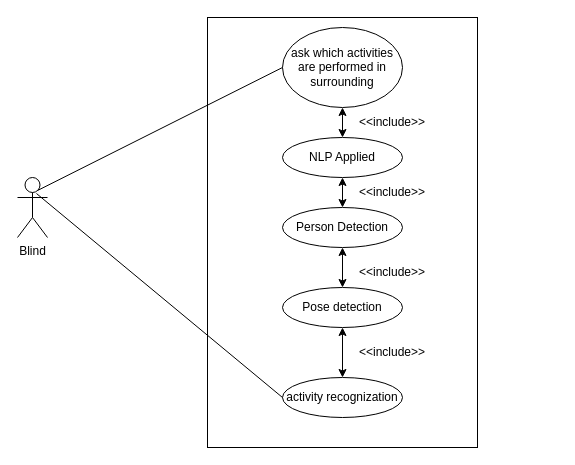
The draw.io diagram UseCase.drawio in ahmad2001hotmailyahoo/ahmad-arc, before the edit. Source tidied: cells renumbered, new cells numbered last; positions are measured from the earlier drawing's top-left corner, leaving out a move shared by most shapes. Both pictures are drawn from the tidied source at 100%, with x=0, y=0 at pixel (17, 17).
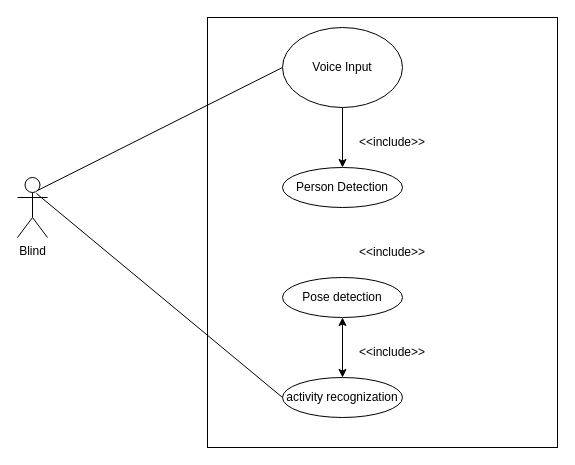
Above is the later version.

The edit, as a diff of the source:
```diff
@@
 <mxGraphModel>
   <root>
     <mxCell id="0" />
     <mxCell id="1" parent="0" />
     <mxCell id="2" value="Blind" style="shape=umlActor;verticalLabelPosition=bottom;verticalAlign=top;html=1;" parent="1" vertex="1">
       <mxGeometry y="160" width="30" height="60" as="geometry" />
     </mxCell>
     <mxCell id="3" style="rounded=0;whiteSpace=wrap;html=1;" parent="1" vertex="1">
-      <mxGeometry x="190" width="270" height="430" as="geometry" />
+      <mxGeometry x="190" width="350" height="430" as="geometry" />
     </mxCell>
-    <mxCell id="4" value="ask which activities are performed in surrounding" style="ellipse;whiteSpace=wrap;html=1;" parent="1" vertex="1">
+    <mxCell id="4" value="Voice Input&lt;br&gt;" style="ellipse;whiteSpace=wrap;html=1;" parent="1" vertex="1">
       <mxGeometry x="265" y="10" width="120" height="80" as="geometry" />
     </mxCell>
-    <mxCell id="5" value="NLP Applied" style="ellipse;whiteSpace=wrap;html=1;" parent="1" vertex="1">
-      <mxGeometry x="265" y="120" width="120" height="40" as="geometry" />
-    </mxCell>
     <mxCell id="6" value="Person Detection" style="ellipse;whiteSpace=wrap;html=1;" parent="1" vertex="1">
-      <mxGeometry x="265" y="190" width="120" height="40" as="geometry" />
+      <mxGeometry x="265" y="150" width="120" height="40" as="geometry" />
     </mxCell>
     <mxCell id="7" value="Pose detection" style="ellipse;whiteSpace=wrap;html=1;" parent="1" vertex="1">
-      <mxGeometry x="265" y="270" width="120" height="40" as="geometry" />
+      <mxGeometry x="265" y="260" width="120" height="40" as="geometry" />
     </mxCell>
     <mxCell id="8" value="activity recognization" style="ellipse;whiteSpace=wrap;html=1;" parent="1" vertex="1">
       <mxGeometry x="265" y="360" width="120" height="40" as="geometry" />
     </mxCell>
     <mxCell id="9" style="endArrow=classic;startArrow=classic;html=1;rounded=0;entryX=0.5;entryY=1;entryDx=0;entryDy=0;" parent="1" edge="1" target="7">
       <mxGeometry relative="1" as="geometry">
         <mxPoint x="325" y="360" as="sourcePoint" />
       </mxGeometry>
     </mxCell>
-    <mxCell id="10" style="endArrow=classic;startArrow=classic;html=1;rounded=0;exitX=0.5;exitY=0;exitDx=0;exitDy=0;entryX=0.5;entryY=1;entryDx=0;entryDy=0;" parent="1" edge="1" source="7" target="6">
-      <mxGeometry relative="1" as="geometry" />
-    </mxCell>
-    <mxCell id="11" style="endArrow=classic;startArrow=classic;html=1;rounded=0;entryX=0.5;entryY=1;entryDx=0;entryDy=0;exitX=0.5;exitY=0;exitDx=0;exitDy=0;" parent="1" edge="1" source="6" target="5">
-      <mxGeometry relative="1" as="geometry" />
-    </mxCell>
-    <mxCell id="12" style="endArrow=classic;startArrow=classic;html=1;rounded=0;entryX=0.5;entryY=1;entryDx=0;entryDy=0;" parent="1" edge="1" source="5" target="4">
-      <mxGeometry relative="1" as="geometry" />
-    </mxCell>
-    <mxCell id="13" value="&amp;lt;&amp;lt;include&amp;gt;&amp;gt;" style="text;html=1;strokeColor=none;fillColor=none;align=center;verticalAlign=middle;whiteSpace=wrap;rounded=0;" parent="1" vertex="1">
-      <mxGeometry x="345" y="90" width="60" height="30" as="geometry" />
-    </mxCell>
     <mxCell id="14" value="&amp;lt;&amp;lt;include&amp;gt;&amp;gt;" style="text;html=1;strokeColor=none;fillColor=none;align=center;verticalAlign=middle;whiteSpace=wrap;rounded=0;" parent="1" vertex="1">
-      <mxGeometry x="345" y="160" width="60" height="30" as="geometry" />
+      <mxGeometry x="345" y="110" width="60" height="30" as="geometry" />
     </mxCell>
     <mxCell id="15" value="&amp;lt;&amp;lt;include&amp;gt;&amp;gt;" style="text;html=1;strokeColor=none;fillColor=none;align=center;verticalAlign=middle;whiteSpace=wrap;rounded=0;" parent="1" vertex="1">
-      <mxGeometry x="345" y="240" width="60" height="30" as="geometry" />
+      <mxGeometry x="345" y="220" width="60" height="30" as="geometry" />
     </mxCell>
     <mxCell id="16" value="&amp;lt;&amp;lt;include&amp;gt;&amp;gt;" style="text;html=1;strokeColor=none;fillColor=none;align=center;verticalAlign=middle;whiteSpace=wrap;rounded=0;" parent="1" vertex="1">
       <mxGeometry x="345" y="320" width="60" height="30" as="geometry" />
     </mxCell>
     <mxCell id="17" style="endArrow=none;html=1;rounded=0;exitX=0.667;exitY=0.217;exitDx=0;exitDy=0;exitPerimeter=0;entryX=0;entryY=0.5;entryDx=0;entryDy=0;" parent="1" edge="1" source="2" target="4">
       <mxGeometry relative="1" as="geometry" />
     </mxCell>
     <mxCell id="18" style="endArrow=none;html=1;rounded=0;exitX=0.633;exitY=0.267;exitDx=0;exitDy=0;exitPerimeter=0;entryX=0;entryY=0.5;entryDx=0;entryDy=0;" parent="1" edge="1" source="2" target="8">
       <mxGeometry relative="1" as="geometry" />
     </mxCell>
+    <mxCell id="19" style="endArrow=classic;html=1;rounded=0;exitX=0.5;exitY=1;exitDx=0;exitDy=0;entryX=0.5;entryY=0;entryDx=0;entryDy=0;" parent="1" edge="1" source="4" target="6">
+      <mxGeometry relative="1" as="geometry" />
+    </mxCell>
   </root>
 </mxGraphModel>
```
